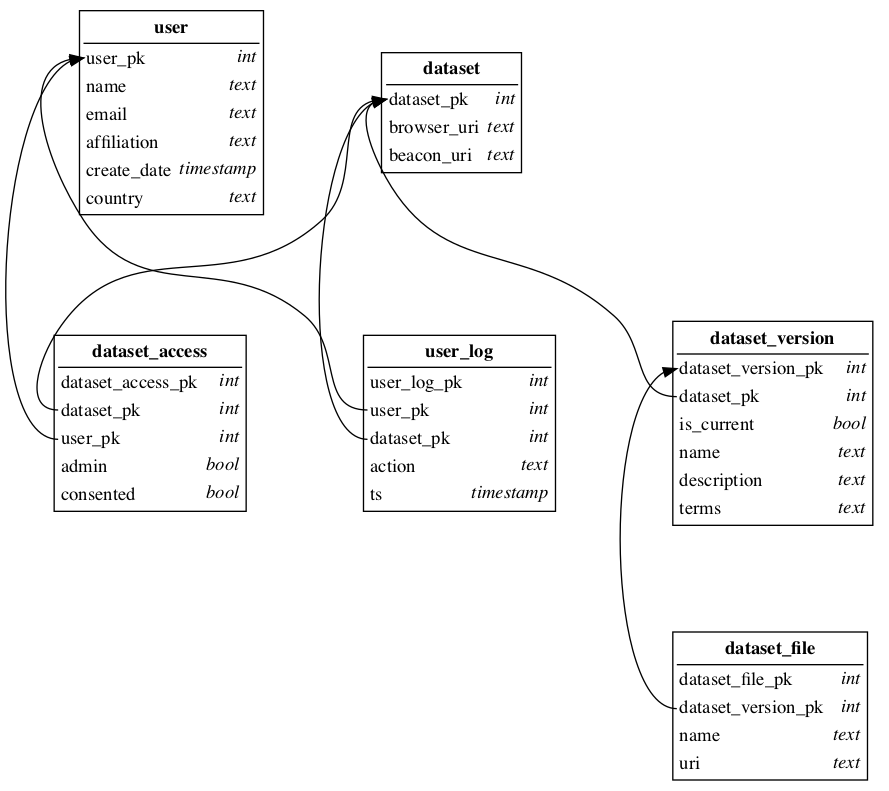
NBISweden/swefreq keeps this Graphviz diagram as sql/schema.dot.png. Above is the earlier version. Its source is kept beside it as sql/schema.dot.
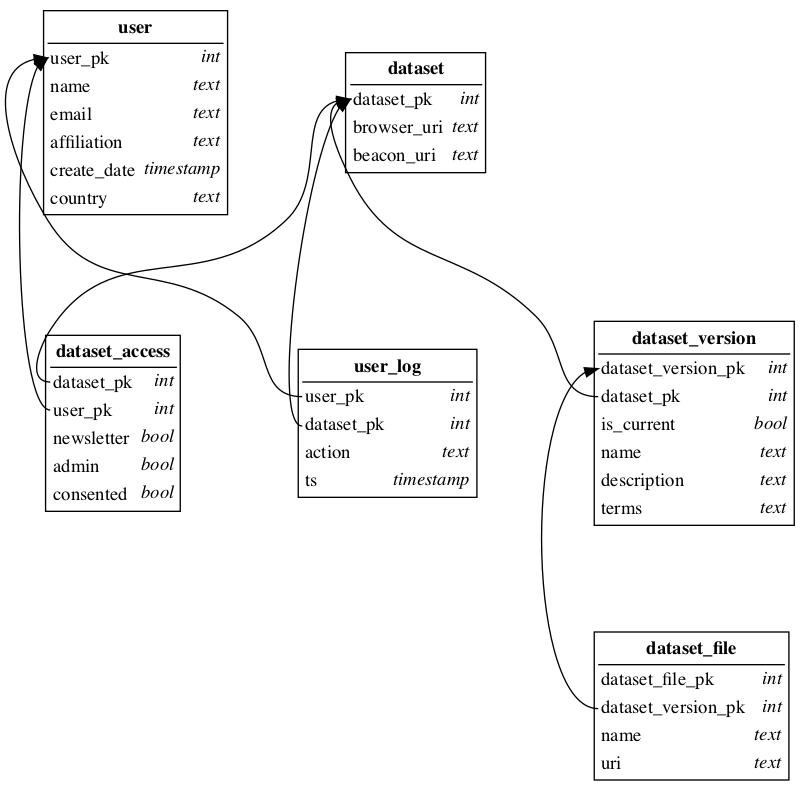
After the change.

Commit message:
Removed two unneeded primary key columns. Added newsletter bool.

What changed in the source:
```diff
@@ -27,7 +27,6 @@
 
         user_log [ label=<<table border="1" cellborder="0">
             <tr><td border="1" sides="b" colspan="2"><b>user_log</b></td></tr>
-            <tr><td align="left" port="pk">user_log_pk</td><td align="right"><i>int</i></td></tr>
             <tr><td align="left" port="user_pk">user_pk</td><td align="right"><i>int</i></td></tr>
             <tr><td align="left" port="dataset">dataset_pk</td><td align="right"><i>int</i></td></tr>
             <tr><td align="left">action</td><td align="right"><i>text</i></td></tr>
@@ -36,9 +35,9 @@
 
         dataset_access [ label=<<table border="1" cellborder="0">
             <tr><td border="1" sides="b" colspan="2"><b>dataset_access</b></td></tr>
-            <tr><td align="left" port="pk">dataset_access_pk</td><td align="right"><i>int</i></td></tr>
             <tr><td align="left" port="dataset">dataset_pk</td><td align="right"><i>int</i></td></tr>
             <tr><td align="left" port="user">user_pk</td><td align="right"><i>int</i></td></tr>
+            <tr><td align="left">newsletter</td><td align="right"><i>bool</i></td></tr>
             <tr><td align="left">admin</td><td align="right"><i>bool</i></td></tr>
             <tr><td align="left">consented</td><td align="right"><i>bool</i></td></tr>
             </table>> ];
```
